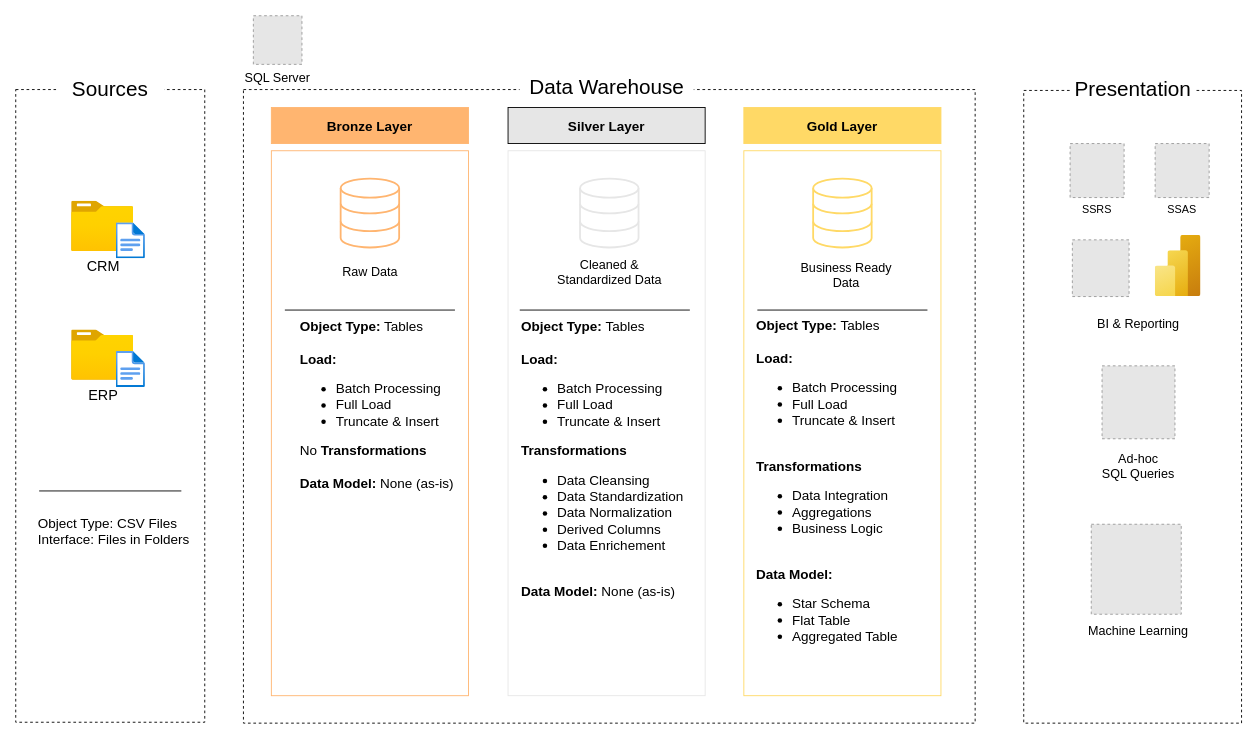
Above: DWH Implementation/DWH Architecture Diagram.drawio in MohammadGhanaym/Sales-Logistics-Analytics-DWH (draw.io), before the change. Source tidied: cells renumbered, new cells numbered last; positions are measured from the earlier drawing's top-left corner, leaving out a move shared by most shapes. Both pictures are drawn from the tidied source at 90%, with x=0, y=0 at pixel (15, 15). Pictures stored in the file or linked from it are replaced by grey dashed boxes.
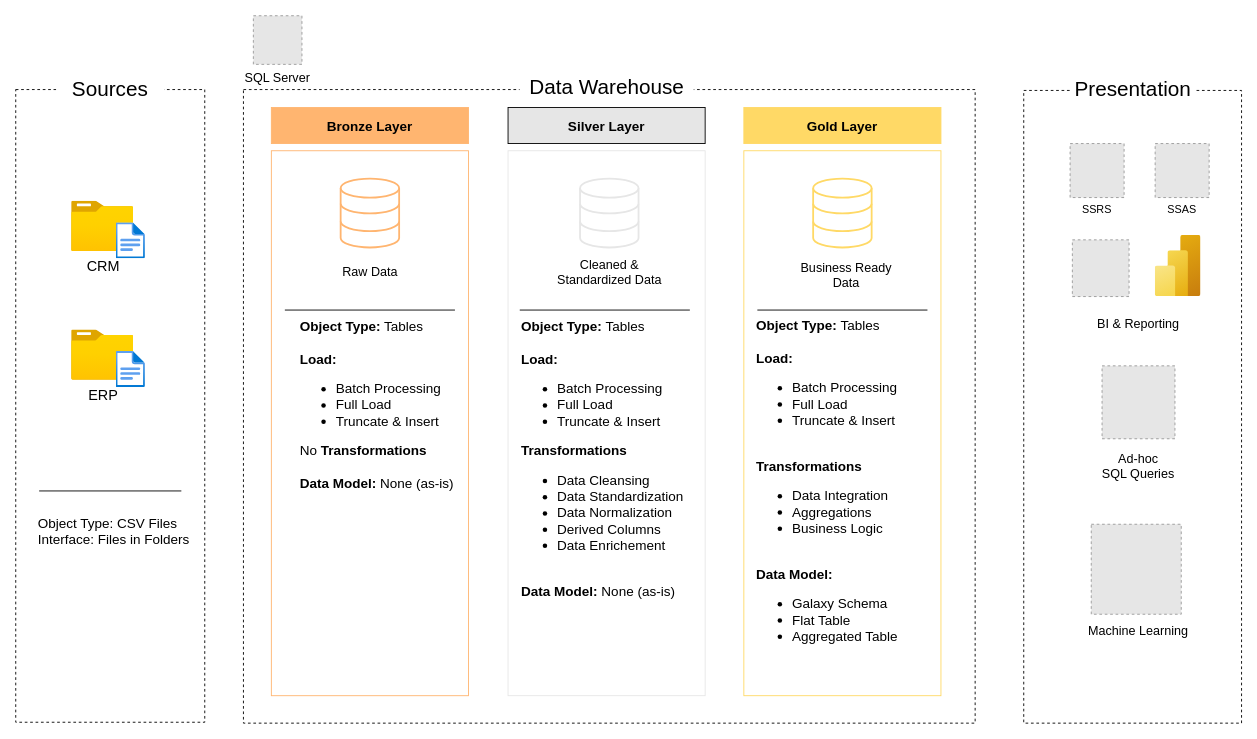
The same diagram, later.

What changed in the source:
```diff
@@
-    <mxCell id="42" value="&lt;b&gt;Object Type:&lt;/b&gt;&amp;nbsp;Tables&lt;div&gt;&lt;br&gt;&lt;div&gt;&lt;b&gt;Load:&lt;/b&gt;&lt;/div&gt;&lt;div&gt;&lt;ul&gt;&lt;li&gt;Batch Processing&lt;/li&gt;&lt;li&gt;Full Load&lt;/li&gt;&lt;li&gt;Truncate &amp;amp; Insert&lt;/li&gt;&lt;/ul&gt;&lt;/div&gt;&lt;div&gt;&lt;b&gt;&lt;br&gt;&lt;/b&gt;&lt;/div&gt;&lt;div&gt;&lt;div&gt;&lt;b&gt;Transformations&lt;/b&gt;&lt;/div&gt;&lt;/div&gt;&lt;div&gt;&lt;ul&gt;&lt;li&gt;Data Integration&lt;/li&gt;&lt;li&gt;Aggregations&lt;/li&gt;&lt;li&gt;Business Logic&lt;/li&gt;&lt;/ul&gt;&lt;/div&gt;&lt;div&gt;&lt;br&gt;&lt;/div&gt;&lt;div&gt;&lt;b&gt;Data Model:&amp;nbsp;&lt;/b&gt;&lt;/div&gt;&lt;/div&gt;&lt;div&gt;&lt;ul&gt;&lt;li&gt;Star Schema&lt;/li&gt;&lt;li&gt;Flat Table&lt;/li&gt;&lt;li&gt;Aggregated Table&lt;/li&gt;&lt;/ul&gt;&lt;/div&gt;" style="text;html=1;whiteSpace=wrap;strokeColor=none;fillColor=none;align=left;verticalAlign=middle;rounded=0;fontSize=15;" parent="1" vertex="1">
+    <mxCell id="42" value="&lt;b&gt;Object Type:&lt;/b&gt;&amp;nbsp;Tables&lt;div&gt;&lt;br&gt;&lt;div&gt;&lt;b&gt;Load:&lt;/b&gt;&lt;/div&gt;&lt;div&gt;&lt;ul&gt;&lt;li&gt;Batch Processing&lt;/li&gt;&lt;li&gt;Full Load&lt;/li&gt;&lt;li&gt;Truncate &amp;amp; Insert&lt;/li&gt;&lt;/ul&gt;&lt;/div&gt;&lt;div&gt;&lt;b&gt;&lt;br&gt;&lt;/b&gt;&lt;/div&gt;&lt;div&gt;&lt;div&gt;&lt;b&gt;Transformations&lt;/b&gt;&lt;/div&gt;&lt;/div&gt;&lt;div&gt;&lt;ul&gt;&lt;li&gt;Data Integration&lt;/li&gt;&lt;li&gt;Aggregations&lt;/li&gt;&lt;li&gt;Business Logic&lt;/li&gt;&lt;/ul&gt;&lt;/div&gt;&lt;div&gt;&lt;br&gt;&lt;/div&gt;&lt;div&gt;&lt;b&gt;Data Model:&amp;nbsp;&lt;/b&gt;&lt;/div&gt;&lt;/div&gt;&lt;div&gt;&lt;ul&gt;&lt;li&gt;Galaxy Schema&lt;/li&gt;&lt;li&gt;Flat Table&lt;/li&gt;&lt;li&gt;Aggregated Table&lt;/li&gt;&lt;/ul&gt;&lt;/div&gt;" style="text;html=1;whiteSpace=wrap;strokeColor=none;fillColor=none;align=left;verticalAlign=middle;rounded=0;fontSize=15;" parent="1" vertex="1">
       <mxGeometry x="820.5" y="354" width="205" height="340" as="geometry" />
     </mxCell>
```
